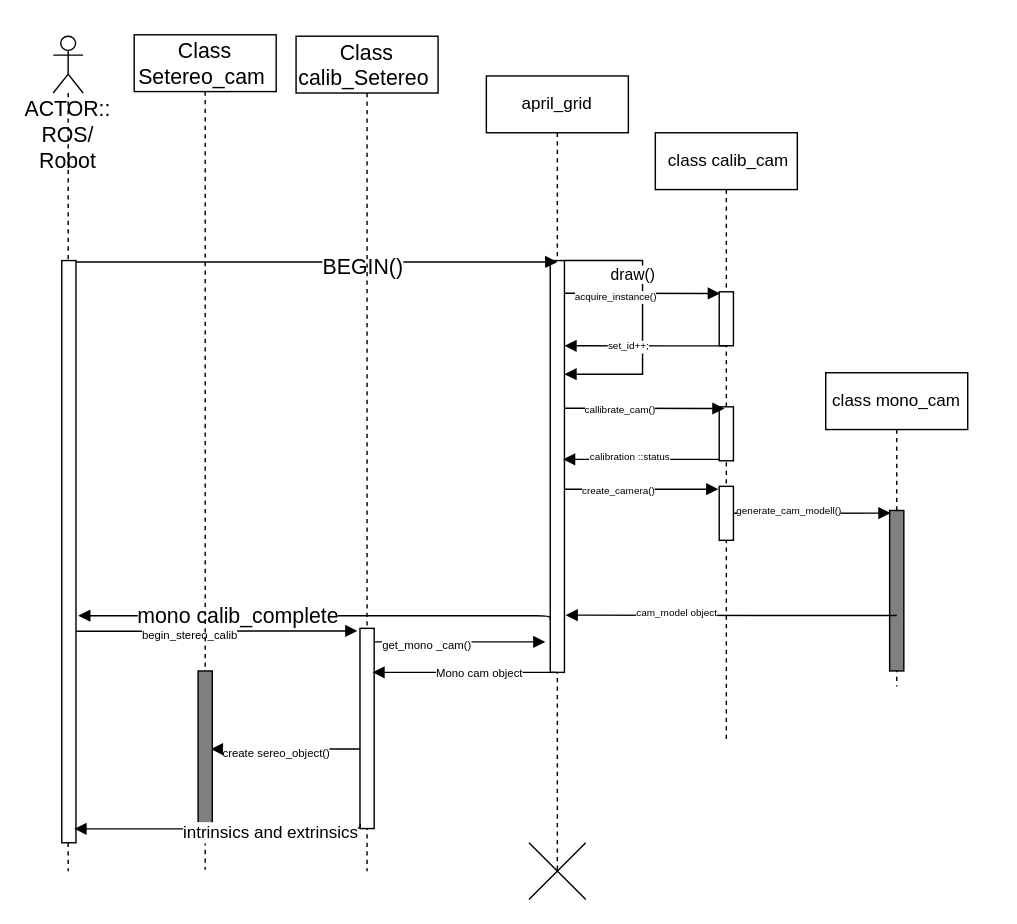
This is page "Page-1" (1 of 2) of example/system.drawio from pyro001/apriltag, a draw.io file, before an edit. Source tidied: cells renumbered, new cells numbered last; positions are measured from the earlier drawing's top-left corner, leaving out a move shared by most shapes. Both pictures are drawn from the tidied source at 142%, with x=0, y=0 at pixel (53, 34).
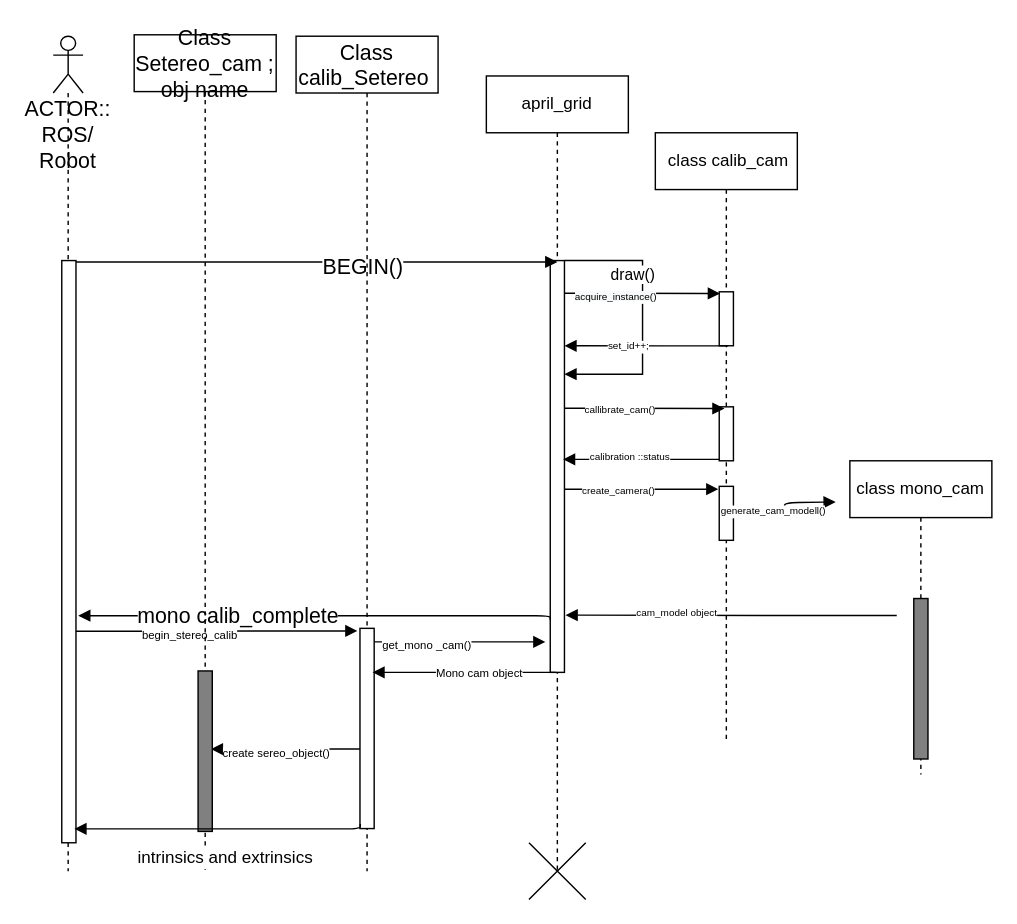
Above is the later version.

The change refers to these unchanged cells:
```xml
<mxCell id="6" style="html=1;points=[];perimeter=orthogonalPerimeter;fillColor=#808080;" parent="5" vertex="1">
  <mxGeometry x="45" y="97" width="10" height="113" as="geometry" />
</mxCell>
<mxCell id="9" style="html=1;points=[];perimeter=orthogonalPerimeter;" parent="7" vertex="1">
  <mxGeometry x="45" y="249" width="10" height="38" as="geometry" />
</mxCell>
<mxCell id="44" style="edgeStyle=orthogonalEdgeStyle;html=1;entryX=0.886;entryY=0.937;entryDx=0;entryDy=0;entryPerimeter=0;fontSize=8;endArrow=block;endFill=1;exitX=0.024;exitY=0.977;exitDx=0;exitDy=0;exitPerimeter=0;" parent="1" edge="1" source="39">
  <mxGeometry relative="1" as="geometry">
    <mxPoint x="14.9" y="559.2" as="targetPoint" />
    <Array as="points">
      <mxPoint x="216" y="559" />
    </Array>
  </mxGeometry>
</mxCell>
```

What changed in the source:
```diff
@@
     <mxCell id="5" value="class mono_cam" style="shape=umlLifeline;perimeter=lifelinePerimeter;whiteSpace=wrap;html=1;" parent="1" vertex="1">
-      <mxGeometry x="544" y="238" width="100" height="221" as="geometry" />
+      <mxGeometry x="561" y="300" width="100" height="221" as="geometry" />
     </mxCell>
@@
-    <mxCell id="20" style="edgeStyle=orthogonalEdgeStyle;html=1;entryX=0.062;entryY=0.016;entryDx=0;entryDy=0;entryPerimeter=0;fontSize=7;endArrow=block;endFill=1;" parent="1" edge="1" source="9" target="6">
-      <mxGeometry relative="1" as="geometry" />
+    <mxCell id="20" style="edgeStyle=orthogonalEdgeStyle;html=1;fontSize=7;endArrow=block;endFill=1;" parent="1" edge="1" source="9">
+      <mxGeometry relative="1" as="geometry">
+        <mxPoint x="551" y="329" as="targetPoint" />
+      </mxGeometry>
     </mxCell>
@@
-    <mxCell id="42" value="Class Setereo_cam&amp;nbsp;" style="shape=umlLifeline;perimeter=lifelinePerimeter;whiteSpace=wrap;html=1;fontSize=15;" parent="1" vertex="1">
+    <mxCell id="42" value="Class Setereo_cam ; obj name" style="shape=umlLifeline;perimeter=lifelinePerimeter;whiteSpace=wrap;html=1;fontSize=15;" parent="1" vertex="1">
       <mxGeometry x="57" width="100" height="588" as="geometry" />
     </mxCell>
@@
     <mxCell id="45" value="&lt;span style=&quot;font-size: 12px&quot;&gt;intrinsics and extrinsics&lt;/span&gt;" style="edgeLabel;html=1;align=center;verticalAlign=middle;fontSize=8;" parent="44" vertex="1">
-      <mxGeometry x="-0.35" y="2" relative="1" as="geometry" />
+      <mxGeometry x="-0.35" y="2" relative="1" as="geometry">
+        <mxPoint x="-32" y="18" as="offset" />
+      </mxGeometry>
     </mxCell>
```
